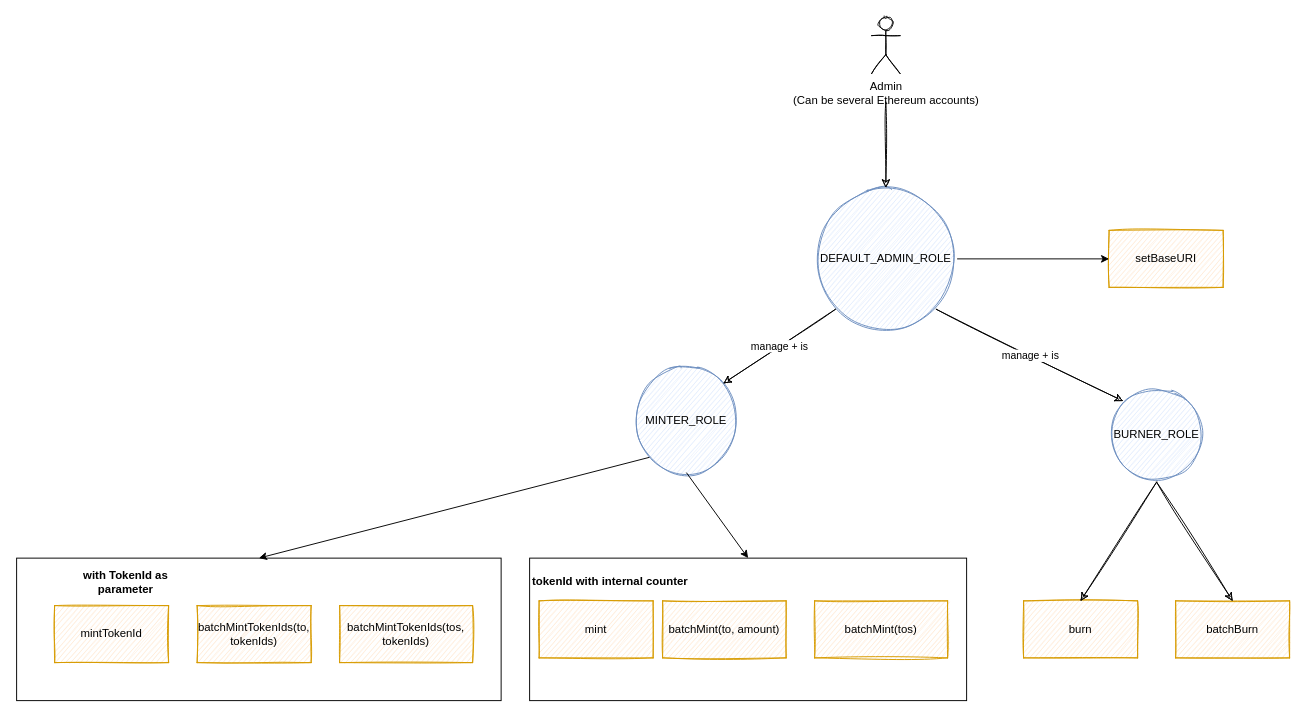
Before: doc/TERC-721.drawio in taurushq-io/TERC-721, a draw.io diagram. Source tidied: cells renumbered, new cells numbered last; positions are measured from the earlier drawing's top-left corner, leaving out a move shared by most shapes. Both pictures are drawn from the tidied source at 95%, with x=0, y=0 at pixel (16, 16).
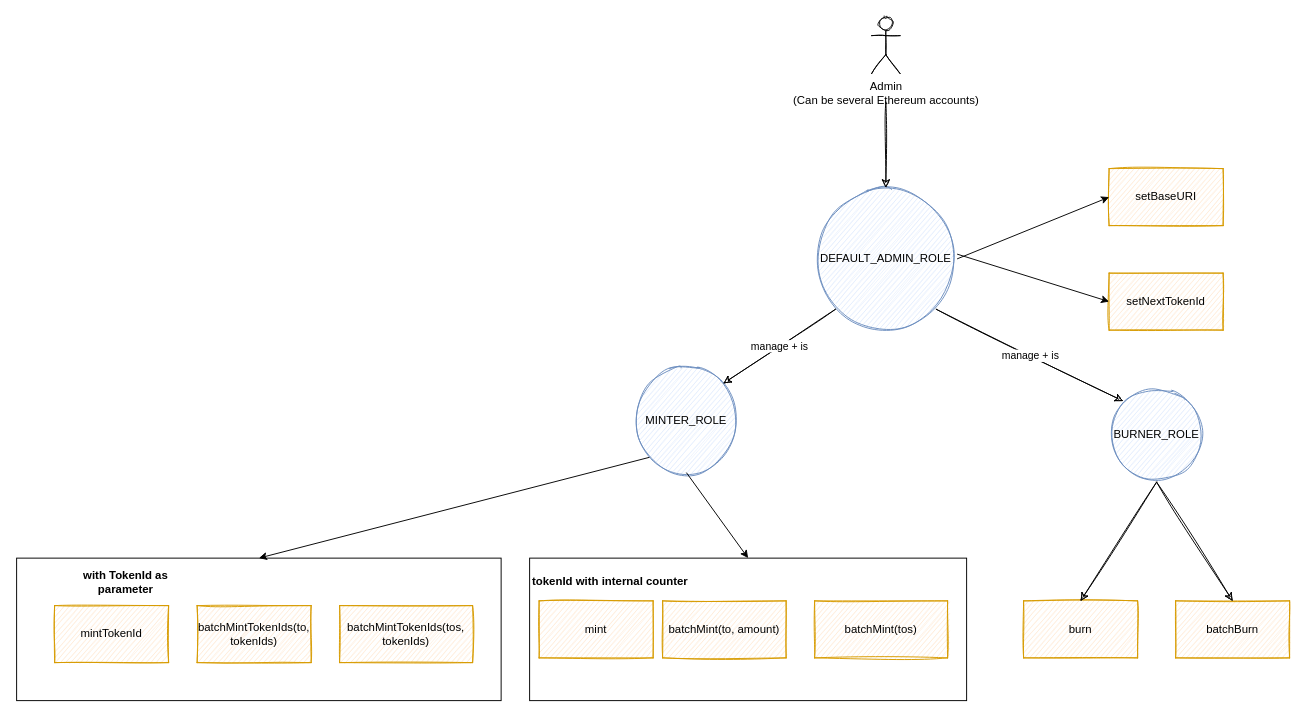
Above is the later version.

Change to the diagram source:
```diff
@@
     <mxCell id="18" value="setBaseURI" style="rounded=0;whiteSpace=wrap;html=1;sketch=1;fillColor=#ffe6cc;strokeColor=#d79b00;" parent="1" vertex="1">
-      <mxGeometry x="1150" y="225" width="120" height="60" as="geometry" />
+      <mxGeometry x="1150" y="160" width="120" height="60" as="geometry" />
     </mxCell>
@@
+    <mxCell id="27" value="setNextTokenId" style="rounded=0;whiteSpace=wrap;html=1;sketch=1;fillColor=#ffe6cc;strokeColor=#d79b00;" parent="1" vertex="1">
+      <mxGeometry x="1150" y="270" width="120" height="60" as="geometry" />
+    </mxCell>
+    <mxCell id="28" style="endArrow=classic;html=1;rounded=0;entryX=0;entryY=0.5;entryDx=0;entryDy=0;" parent="1" edge="1" target="27">
+      <mxGeometry relative="1" as="geometry">
+        <mxPoint x="990" y="250" as="sourcePoint" />
+      </mxGeometry>
+    </mxCell>
```
